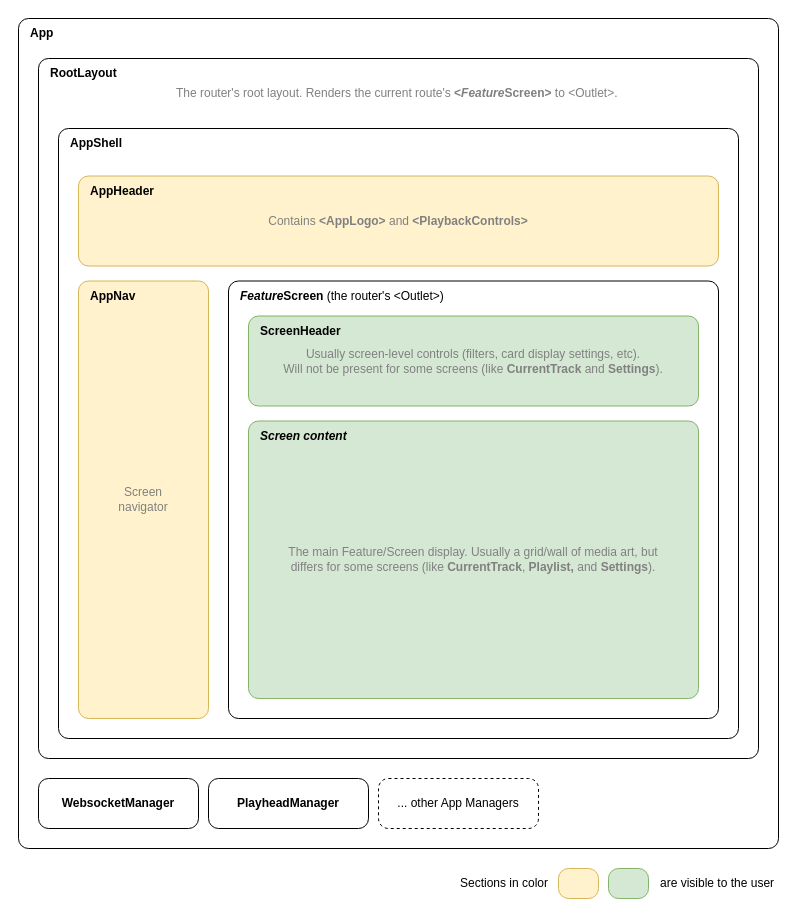
mjoblin/vibinui keeps this draw.io diagram as media/vibinui_components.drawio. Above is the earlier version. Source tidied: cells renumbered, new cells numbered last; positions are measured from the earlier drawing's top-left corner, leaving out a move shared by most shapes. Both pictures are drawn from the tidied source at 100%, with x=0, y=0 at pixel (18, 18).
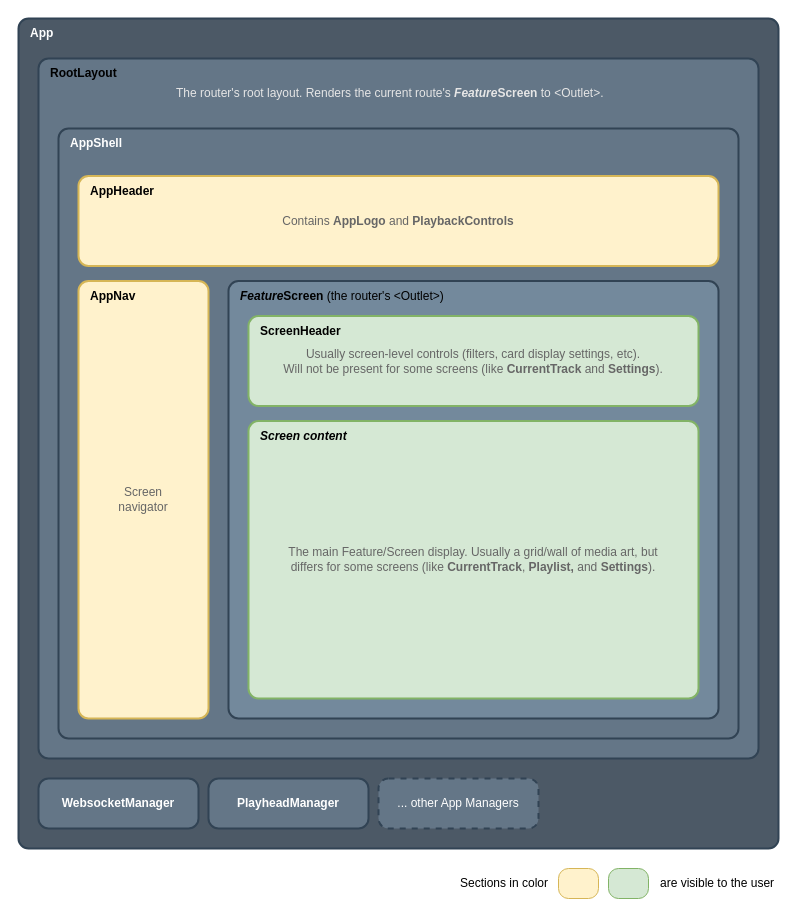
The same diagram, later.

Commit message (it also covers changes not shown here):
Update README diagrams for dark mode

Diff of the diagram source:
```diff
@@
-    <mxCell id="2" style="rounded=1;whiteSpace=wrap;html=1;absoluteArcSize=1;" parent="1" vertex="1">
+    <mxCell id="2" style="rounded=1;whiteSpace=wrap;html=1;absoluteArcSize=1;fillColor=#4C5966;fontColor=#ffffff;strokeColor=#314354;strokeWidth=2;" parent="1" vertex="1">
       <mxGeometry width="760" height="830" as="geometry" />
     </mxCell>
-    <mxCell id="3" style="rounded=1;whiteSpace=wrap;html=1;absoluteArcSize=1;" parent="1" vertex="1">
+    <mxCell id="3" style="rounded=1;whiteSpace=wrap;html=1;absoluteArcSize=1;fillColor=#647687;fontColor=#ffffff;strokeColor=#314354;strokeWidth=2;" parent="1" vertex="1">
       <mxGeometry x="20" y="40" width="720" height="700" as="geometry" />
     </mxCell>
-    <mxCell id="4" style="rounded=1;whiteSpace=wrap;html=1;absoluteArcSize=1;" parent="1" vertex="1">
+    <mxCell id="4" style="rounded=1;whiteSpace=wrap;html=1;absoluteArcSize=1;fillColor=#647687;fontColor=#ffffff;strokeColor=#314354;strokeWidth=2;" parent="1" vertex="1">
       <mxGeometry x="40" y="110" width="680" height="610" as="geometry" />
     </mxCell>
-    <mxCell id="5" value="&lt;font color=&quot;#808080&quot;&gt;Screen&lt;br&gt;navigator&lt;/font&gt;" style="rounded=1;whiteSpace=wrap;html=1;absoluteArcSize=1;fillColor=#fff2cc;strokeColor=#d6b656;" parent="1" vertex="1">
+    <mxCell id="5" value="&lt;font color=&quot;#666666&quot;&gt;Screen&lt;br&gt;navigator&lt;/font&gt;" style="rounded=1;whiteSpace=wrap;html=1;absoluteArcSize=1;fillColor=#fff2cc;strokeColor=#d6b656;strokeWidth=2;" parent="1" vertex="1">
       <mxGeometry x="60" y="262.5" width="130" height="437.5" as="geometry" />
     </mxCell>
-    <mxCell id="6" value="&lt;font color=&quot;#808080&quot;&gt;Contains &lt;b&gt;&amp;lt;AppLogo&amp;gt;&lt;/b&gt; and &lt;b&gt;&amp;lt;PlaybackControls&amp;gt;&lt;/b&gt;&lt;/font&gt;" style="rounded=1;whiteSpace=wrap;html=1;absoluteArcSize=1;fillColor=#fff2cc;strokeColor=#d6b656;" parent="1" vertex="1">
+    <mxCell id="6" value="&lt;font color=&quot;#666666&quot;&gt;Contains &lt;b style=&quot;&quot;&gt;AppLogo&lt;/b&gt;&amp;nbsp;and &lt;b style=&quot;&quot;&gt;PlaybackControls&lt;/b&gt;&lt;/font&gt;" style="rounded=1;whiteSpace=wrap;html=1;absoluteArcSize=1;fillColor=#fff2cc;strokeColor=#d6b656;strokeWidth=2;" parent="1" vertex="1">
       <mxGeometry x="60" y="157.5" width="640" height="90" as="geometry" />
     </mxCell>
-    <mxCell id="7" value="App" style="text;html=1;strokeColor=none;fillColor=none;align=left;verticalAlign=middle;whiteSpace=wrap;rounded=0;fontStyle=1;" parent="1" vertex="1">
+    <mxCell id="7" value="&lt;font color=&quot;#ffffff&quot;&gt;App&lt;/font&gt;" style="text;html=1;strokeColor=none;fillColor=none;align=left;verticalAlign=middle;whiteSpace=wrap;rounded=0;fontStyle=1;" parent="1" vertex="1">
       <mxGeometry x="10" width="60" height="30" as="geometry" />
     </mxCell>
@@
-    <mxCell id="9" value="AppShell" style="text;html=1;strokeColor=none;fillColor=none;align=left;verticalAlign=middle;whiteSpace=wrap;rounded=0;fontStyle=1;" parent="1" vertex="1">
+    <mxCell id="9" value="&lt;font color=&quot;#ffffff&quot;&gt;AppShell&lt;/font&gt;" style="text;html=1;strokeColor=none;fillColor=none;align=left;verticalAlign=middle;whiteSpace=wrap;rounded=0;fontStyle=1;" parent="1" vertex="1">
       <mxGeometry x="50" y="110" width="80" height="30" as="geometry" />
     </mxCell>
-    <mxCell id="10" style="rounded=1;whiteSpace=wrap;html=1;absoluteArcSize=1;" parent="1" vertex="1">
+    <mxCell id="10" style="rounded=1;whiteSpace=wrap;html=1;absoluteArcSize=1;fillColor=#73899C;fontColor=#ffffff;strokeColor=#314354;strokeWidth=2;" parent="1" vertex="1">
       <mxGeometry x="210" y="262.5" width="490" height="437.5" as="geometry" />
     </mxCell>
-    <mxCell id="11" value="&lt;font color=&quot;#808080&quot;&gt;Usually screen-level controls (filters, card display settings, etc).&lt;br&gt;Will not be present for some screens (like &lt;b&gt;CurrentTrack&lt;/b&gt; and&amp;nbsp;&lt;b&gt;Settings&lt;/b&gt;).&lt;/font&gt;" style="rounded=1;whiteSpace=wrap;html=1;absoluteArcSize=1;fillColor=#d5e8d4;strokeColor=#82b366;spacingLeft=0;spacing=2;" parent="1" vertex="1">
+    <mxCell id="11" value="&lt;font color=&quot;#666666&quot;&gt;Usually screen-level controls (filters, card display settings, etc).&lt;br&gt;Will not be present for some screens (like &lt;b style=&quot;&quot;&gt;CurrentTrack&lt;/b&gt; and&amp;nbsp;&lt;b style=&quot;&quot;&gt;Settings&lt;/b&gt;).&lt;/font&gt;" style="rounded=1;whiteSpace=wrap;html=1;absoluteArcSize=1;fillColor=#d5e8d4;strokeColor=#82b366;spacingLeft=0;spacing=2;strokeWidth=2;" parent="1" vertex="1">
       <mxGeometry x="230" y="297.5" width="450" height="90" as="geometry" />
     </mxCell>
-    <mxCell id="12" value="&lt;font color=&quot;#808080&quot;&gt;The main Feature/Screen display. Usually a grid/wall of media art, but&lt;br&gt;differs for some screens (like &lt;b&gt;CurrentTrack&lt;/b&gt;,&amp;nbsp;&lt;b&gt;Playlist,&lt;/b&gt; and &lt;b&gt;Settings&lt;/b&gt;).&lt;/font&gt;" style="rounded=1;whiteSpace=wrap;html=1;absoluteArcSize=1;fillColor=#d5e8d4;strokeColor=#82b366;" parent="1" vertex="1">
+    <mxCell id="12" value="&lt;font color=&quot;#666666&quot;&gt;The main Feature/Screen display. Usually a grid/wall of media art, but&lt;br&gt;differs for some screens (like &lt;b style=&quot;&quot;&gt;CurrentTrack&lt;/b&gt;,&amp;nbsp;&lt;b style=&quot;&quot;&gt;Playlist,&lt;/b&gt; and &lt;b style=&quot;&quot;&gt;Settings&lt;/b&gt;).&lt;/font&gt;" style="rounded=1;whiteSpace=wrap;html=1;absoluteArcSize=1;fillColor=#d5e8d4;strokeColor=#82b366;strokeWidth=2;" parent="1" vertex="1">
       <mxGeometry x="230" y="402.5" width="450" height="277.5" as="geometry" />
     </mxCell>
-    <mxCell id="13" value="AppHeader" style="text;html=1;strokeColor=none;fillColor=none;align=left;verticalAlign=middle;whiteSpace=wrap;rounded=0;fontStyle=1;" parent="1" vertex="1">
+    <mxCell id="13" value="&lt;font color=&quot;#000000&quot;&gt;AppHeader&lt;/font&gt;" style="text;html=1;strokeColor=none;fillColor=none;align=left;verticalAlign=middle;whiteSpace=wrap;rounded=0;fontStyle=1;" parent="1" vertex="1">
       <mxGeometry x="70" y="157.5" width="80" height="30" as="geometry" />
     </mxCell>
-    <mxCell id="14" value="AppNav" style="text;html=1;strokeColor=none;fillColor=none;align=left;verticalAlign=middle;whiteSpace=wrap;rounded=0;fontStyle=1;" parent="1" vertex="1">
+    <mxCell id="14" value="&lt;font color=&quot;#000000&quot;&gt;AppNav&lt;/font&gt;" style="text;html=1;strokeColor=none;fillColor=none;align=left;verticalAlign=middle;whiteSpace=wrap;rounded=0;fontStyle=1;" parent="1" vertex="1">
       <mxGeometry x="70" y="262.5" width="80" height="30" as="geometry" />
     </mxCell>
@@
-    <mxCell id="16" value="ScreenHeader" style="text;html=1;strokeColor=none;fillColor=none;align=left;verticalAlign=middle;whiteSpace=wrap;rounded=0;fontStyle=1;" parent="1" vertex="1">
+    <mxCell id="16" value="&lt;font color=&quot;#000000&quot;&gt;ScreenHeader&lt;/font&gt;" style="text;html=1;strokeColor=none;fillColor=none;align=left;verticalAlign=middle;whiteSpace=wrap;rounded=0;fontStyle=1;" parent="1" vertex="1">
       <mxGeometry x="240" y="297.5" width="130" height="30" as="geometry" />
     </mxCell>
-    <mxCell id="17" value="&lt;i&gt;Screen content&lt;/i&gt;" style="text;html=1;strokeColor=none;fillColor=none;align=left;verticalAlign=middle;whiteSpace=wrap;rounded=0;fontStyle=1;" parent="1" vertex="1">
+    <mxCell id="17" value="&lt;i&gt;&lt;font color=&quot;#000000&quot;&gt;Screen content&lt;/font&gt;&lt;/i&gt;" style="text;html=1;strokeColor=none;fillColor=none;align=left;verticalAlign=middle;whiteSpace=wrap;rounded=0;fontStyle=1;" parent="1" vertex="1">
       <mxGeometry x="240" y="402.5" width="130" height="30" as="geometry" />
     </mxCell>
-    <mxCell id="18" value="&lt;font color=&quot;#808080&quot;&gt;The router's root layout. Renders the current route's&amp;nbsp;&lt;b&gt;&amp;lt;&lt;i&gt;Feature&lt;/i&gt;Screen&amp;gt;&lt;/b&gt;&amp;nbsp;to &amp;lt;Outlet&amp;gt;.&lt;/font&gt;" style="text;html=1;strokeColor=none;fillColor=none;align=left;verticalAlign=middle;whiteSpace=wrap;rounded=0;" parent="1" vertex="1">
+    <mxCell id="18" value="&lt;font color=&quot;#e6e6e6&quot;&gt;The router's root layout. Renders the current route's&amp;nbsp;&lt;b style=&quot;&quot;&gt;&lt;i&gt;Feature&lt;/i&gt;Screen&lt;/b&gt;&amp;nbsp;to &amp;lt;Outlet&amp;gt;.&lt;/font&gt;" style="text;html=1;strokeColor=none;fillColor=none;align=left;verticalAlign=middle;whiteSpace=wrap;rounded=0;" parent="1" vertex="1">
       <mxGeometry x="156.2" y="60" width="447.5" height="30" as="geometry" />
     </mxCell>
-    <mxCell id="19" value="&lt;b&gt;WebsocketManager&lt;/b&gt;" style="rounded=1;whiteSpace=wrap;html=1;absoluteArcSize=1;" parent="1" vertex="1">
+    <mxCell id="19" value="&lt;b&gt;WebsocketManager&lt;/b&gt;" style="rounded=1;whiteSpace=wrap;html=1;absoluteArcSize=1;fillColor=#647687;fontColor=#ffffff;strokeColor=#314354;strokeWidth=2;" parent="1" vertex="1">
       <mxGeometry x="20" y="760" width="160" height="50" as="geometry" />
     </mxCell>
-    <mxCell id="20" value="&lt;b&gt;PlayheadManager&lt;/b&gt;" style="rounded=1;whiteSpace=wrap;html=1;absoluteArcSize=1;" parent="1" vertex="1">
+    <mxCell id="20" value="&lt;b&gt;PlayheadManager&lt;/b&gt;" style="rounded=1;whiteSpace=wrap;html=1;absoluteArcSize=1;fillColor=#647687;fontColor=#ffffff;strokeColor=#314354;strokeWidth=2;" parent="1" vertex="1">
       <mxGeometry x="190" y="760" width="160" height="50" as="geometry" />
     </mxCell>
-    <mxCell id="21" value="... other App Managers" style="rounded=1;whiteSpace=wrap;html=1;absoluteArcSize=1;dashed=1;" parent="1" vertex="1">
+    <mxCell id="21" value="... other App Managers" style="rounded=1;whiteSpace=wrap;html=1;absoluteArcSize=1;dashed=1;fillColor=#647687;fontColor=#ffffff;strokeColor=#314354;strokeWidth=2;" parent="1" vertex="1">
       <mxGeometry x="360" y="760" width="160" height="50" as="geometry" />
     </mxCell>
```
